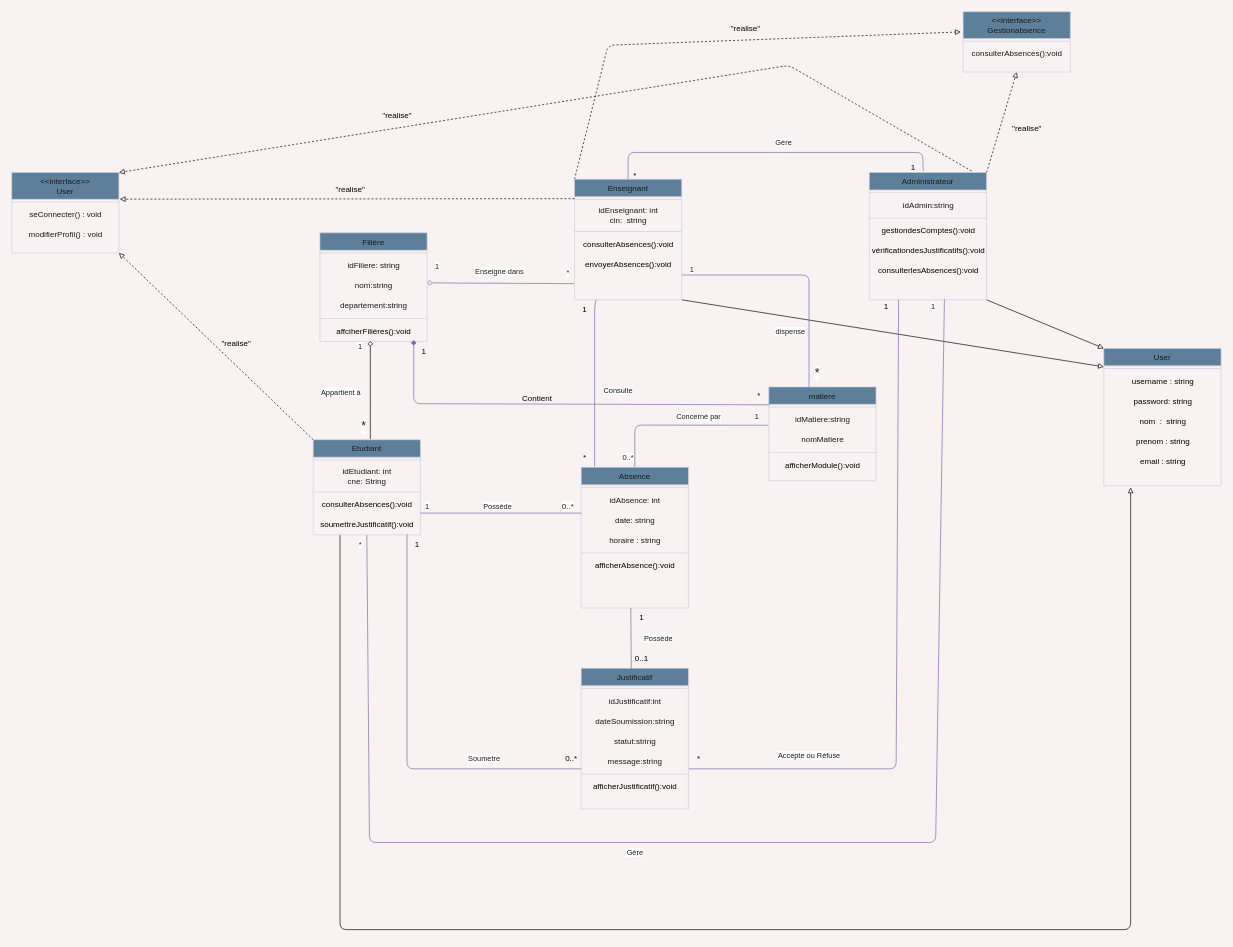
Earlier version of the draw.io diagram diagramms/class-diagram.drawio (Marcel-Fassou-28/Gestion_Absence_PFA). Source tidied: cells renumbered, new cells numbered last; positions are measured from the earlier drawing's top-left corner, leaving out a move shared by most shapes. Both pictures are drawn from the tidied source at 67%, with x=0, y=0 at pixel (11, 11).
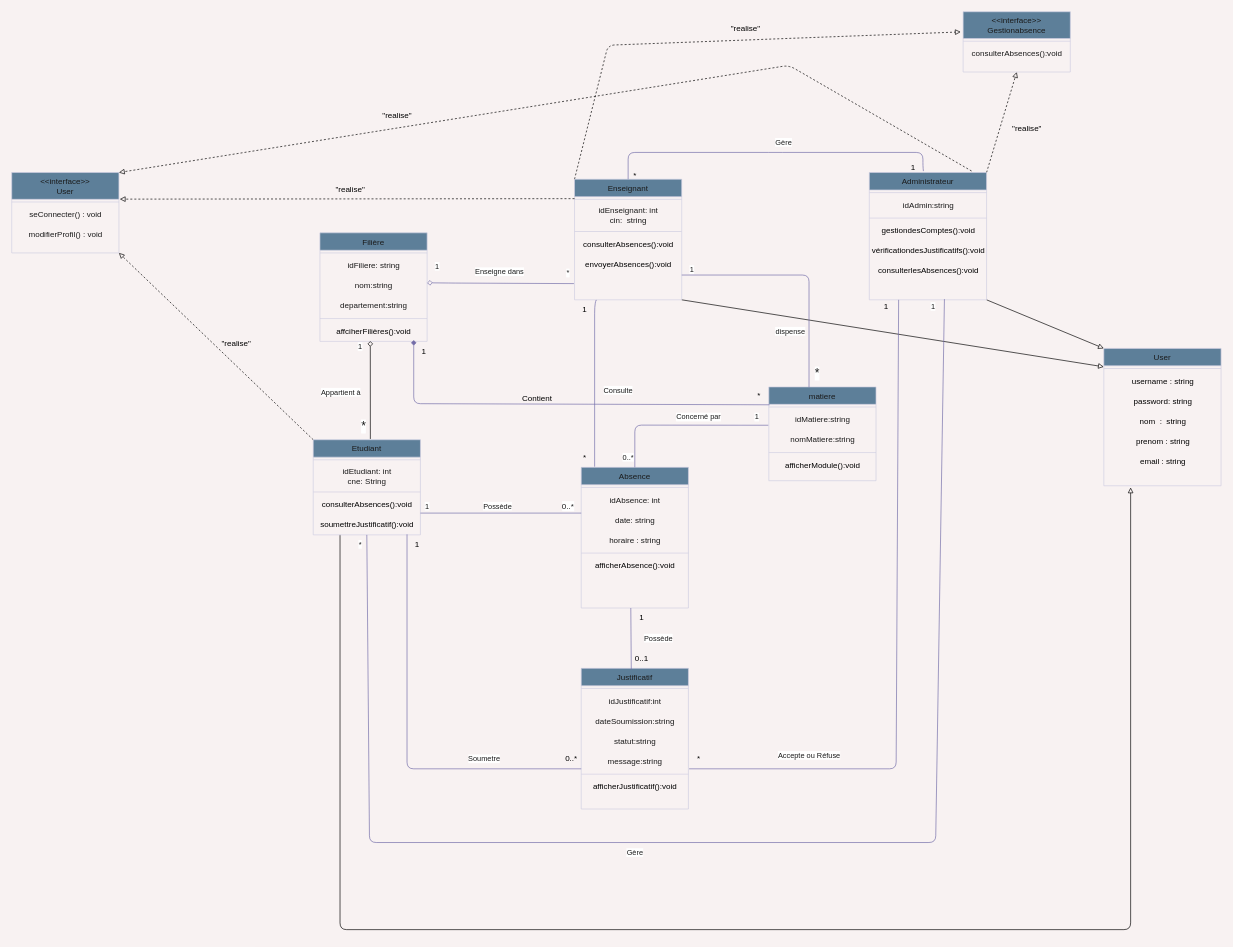
After the change.

Unchanged cells that the change refers to:
```xml
<mxCell id="34" value="matiere" style="swimlane;fontStyle=0;align=center;verticalAlign=top;horizontal=1;startSize=26;rounded=0;shadow=0;strokeWidth=1;labelBackgroundColor=none;fillColor=#5D7F99;strokeColor=#D0CEE2;fontColor=#1A1A1A;" parent="1" vertex="1">
  <mxGeometry x="1130" y="560" width="160" height="140" as="geometry" />
</mxCell>
```

Change to the diagram source:
```diff
@@
-    <mxCell id="37" value="nomMatiere" style="text;html=1;align=center;verticalAlign=middle;strokeColor=none;fillColor=none;fontColor=#1A1A1A;" parent="34" vertex="1">
+    <mxCell id="37" value="nomMatiere:string" style="text;html=1;align=center;verticalAlign=middle;strokeColor=none;fillColor=none;fontColor=#1A1A1A;" parent="34" vertex="1">
       <mxGeometry y="64" width="160" height="30" as="geometry" />
     </mxCell>
```
